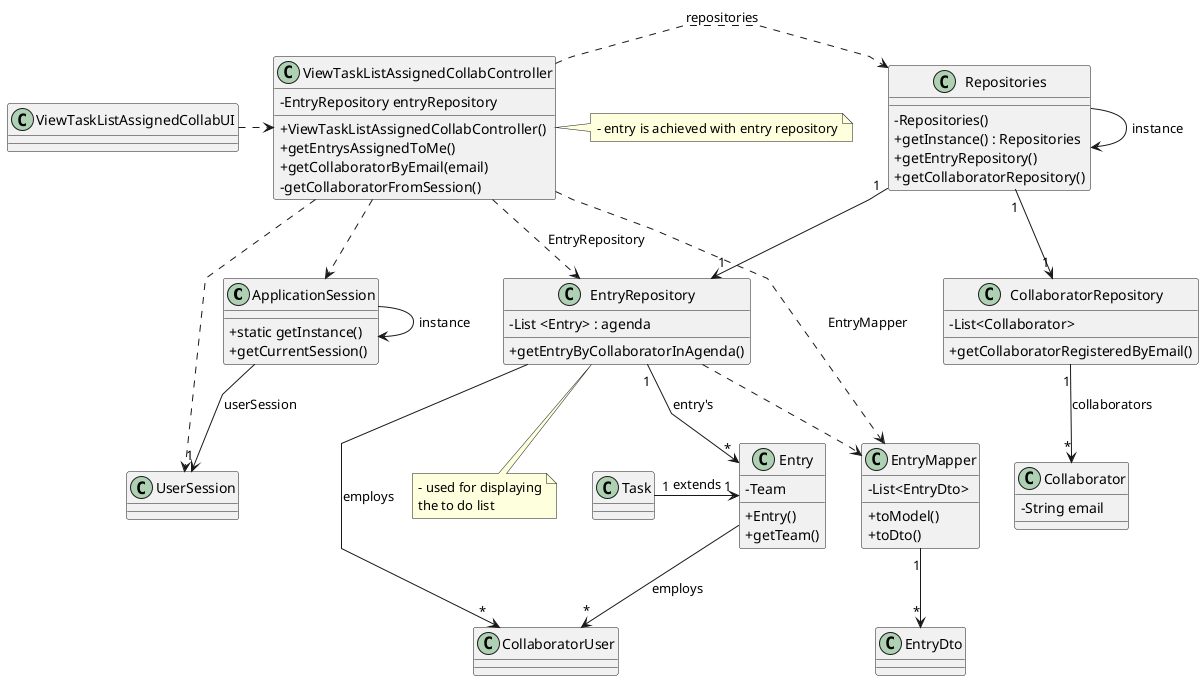
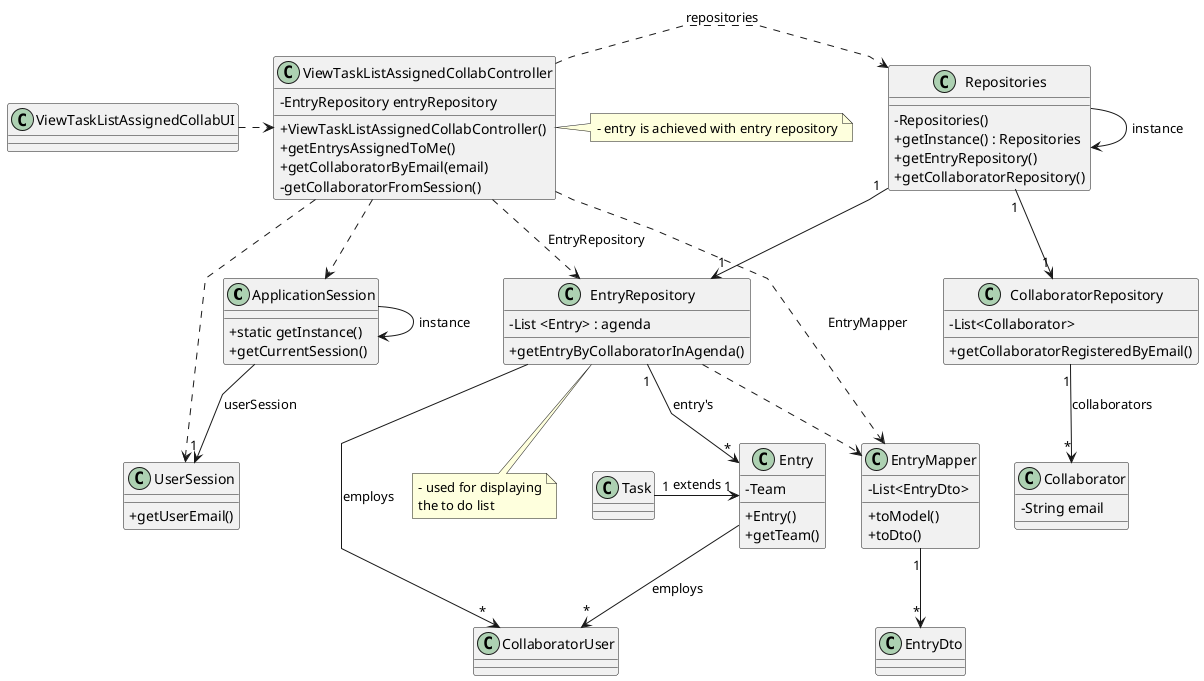
@startuml
'skinparam monochrome true
skinparam packageStyle rectangle
skinparam shadowing false
skinparam linetype polyline
'skinparam linetype orto

skinparam classAttributeIconSize 0

'left to right direction

class ApplicationSession{
    + static getInstance()
    + getCurrentSession()
}

class UserSession{
+     + getUserEmail()
}

class CollaboratorUser {
}


class Entry {
    - Team
    + Entry()
    + getTeam()
}

class Task{
}


class EntryRepository {
    - List <Entry> : agenda

    + getEntryByCollaboratorInAgenda()
}

class CollaboratorRepository{
    - List<Collaborator>

    + getCollaboratorRegisteredByEmail()
}

class Collaborator {
    - String email
}


class Repositories {
    - Repositories()
    + getInstance() : Repositories
    + getEntryRepository()
    + getCollaboratorRepository()
}

class ViewTaskListAssignedCollabController {
    - EntryRepository entryRepository
    + ViewTaskListAssignedCollabController()
    + getEntrysAssignedToMe()
    + getCollaboratorByEmail(email)
    - getCollaboratorFromSession()
}

class EntryMapper{
    - List<EntryDto>
    + toModel()
    + toDto()
}

class EntryDto{
}


note right of ViewTaskListAssignedCollabController
    - entry is achieved with entry repository
end note

note bottom of EntryRepository
    - used for displaying
    the to do list
end note

class ViewTaskListAssignedCollabUI {
}

Repositories -> Repositories : instance
ApplicationSession -> ApplicationSession : instance

ViewTaskListAssignedCollabUI .> ViewTaskListAssignedCollabController

ViewTaskListAssignedCollabController .> Repositories : repositories
Repositories "1" --> "1" EntryRepository
Repositories "1" --> "1" CollaboratorRepository

ViewTaskListAssignedCollabController ..> EntryRepository : EntryRepository
ViewTaskListAssignedCollabController ..> EntryMapper : EntryMapper

EntryMapper "1" --> "*" EntryDto

CollaboratorRepository "1" --> "*" Collaborator : collaborators

ApplicationSession --> "1" UserSession : userSession
ViewTaskListAssignedCollabController ..> ApplicationSession
ViewTaskListAssignedCollabController ..> UserSession
EntryRepository "1" --> "*" Entry : entry's
EntryRepository --> "*" CollaboratorUser : employs
EntryRepository ..> EntryMapper
Entry --> "*" CollaboratorUser : employs
Task "1" -> "1" Entry : extends


@enduml